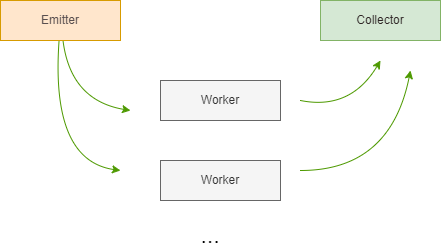
This is .pattern.drawio.png from gabrielrih/setrem-parallel-programming, a draw.io export, as it was before one commit. Source tidied: cells renumbered, new cells last; positions are measured from the earlier drawing's top-left corner, leaving out a move shared by most shapes.
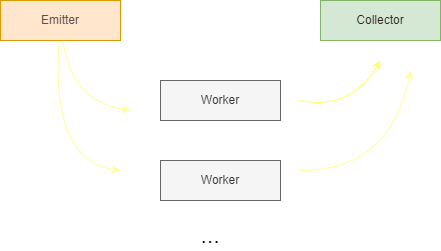
Above is the later version.

What changed in the source:
```diff
@@ -2,7 +2,7 @@
   <root>
     <mxCell id="0" />
     <mxCell id="1" parent="0" />
-    <mxCell id="2" style="edgeStyle=none;html=1;fontSize=23;curved=1;fontColor=default;labelBackgroundColor=#535353;strokeColor=#4D9900;" parent="1" edge="1" source="4">
+    <mxCell id="2" style="edgeStyle=none;html=1;fontSize=23;curved=1;fontColor=default;labelBackgroundColor=#535353;strokeColor=#FFFF99;" parent="1" edge="1" source="4">
       <mxGeometry relative="1" as="geometry">
         <mxPoint x="130" y="110" as="targetPoint" />
         <Array as="points">
@@ -10,7 +10,7 @@
         </Array>
       </mxGeometry>
     </mxCell>
-    <mxCell id="3" style="edgeStyle=none;curved=1;html=1;fontSize=23;strokeColor=#4D9900;" parent="1" edge="1" source="4">
+    <mxCell id="3" style="edgeStyle=none;curved=1;html=1;fontSize=23;strokeColor=#FFFF99;" parent="1" edge="1" source="4">
       <mxGeometry relative="1" as="geometry">
         <mxPoint x="120" y="170" as="targetPoint" />
         <Array as="points">
@@ -24,7 +24,7 @@
     <mxCell id="5" value="Collector" style="rounded=0;whiteSpace=wrap;html=1;fillColor=#d5e8d4;strokeColor=#82b366;fontColor=#2d2424;" parent="1" vertex="1">
       <mxGeometry x="320" width="120" height="40" as="geometry" />
     </mxCell>
-    <mxCell id="6" style="edgeStyle=none;curved=1;html=1;fontSize=23;strokeColor=#4D9900;" parent="1" edge="1">
+    <mxCell id="6" style="edgeStyle=none;curved=1;html=1;fontSize=23;strokeColor=#FFFF66;" parent="1" edge="1">
       <mxGeometry relative="1" as="geometry">
         <mxPoint x="300" y="100" as="sourcePoint" />
         <mxPoint x="380" y="60" as="targetPoint" />
@@ -36,7 +36,7 @@
     <mxCell id="7" value="Worker" style="rounded=0;whiteSpace=wrap;html=1;fillColor=#f5f5f5;fontColor=#333333;strokeColor=#666666;" parent="1" vertex="1">
       <mxGeometry x="160" y="80" width="120" height="40" as="geometry" />
     </mxCell>
-    <mxCell id="8" style="edgeStyle=none;curved=1;html=1;fontSize=23;strokeColor=#4D9900;" parent="1" edge="1">
+    <mxCell id="8" style="edgeStyle=none;curved=1;html=1;fontSize=23;strokeColor=#FFFF99;" parent="1" edge="1">
       <mxGeometry relative="1" as="geometry">
         <mxPoint x="300" y="170" as="sourcePoint" />
         <mxPoint x="410" y="70" as="targetPoint" />
```
